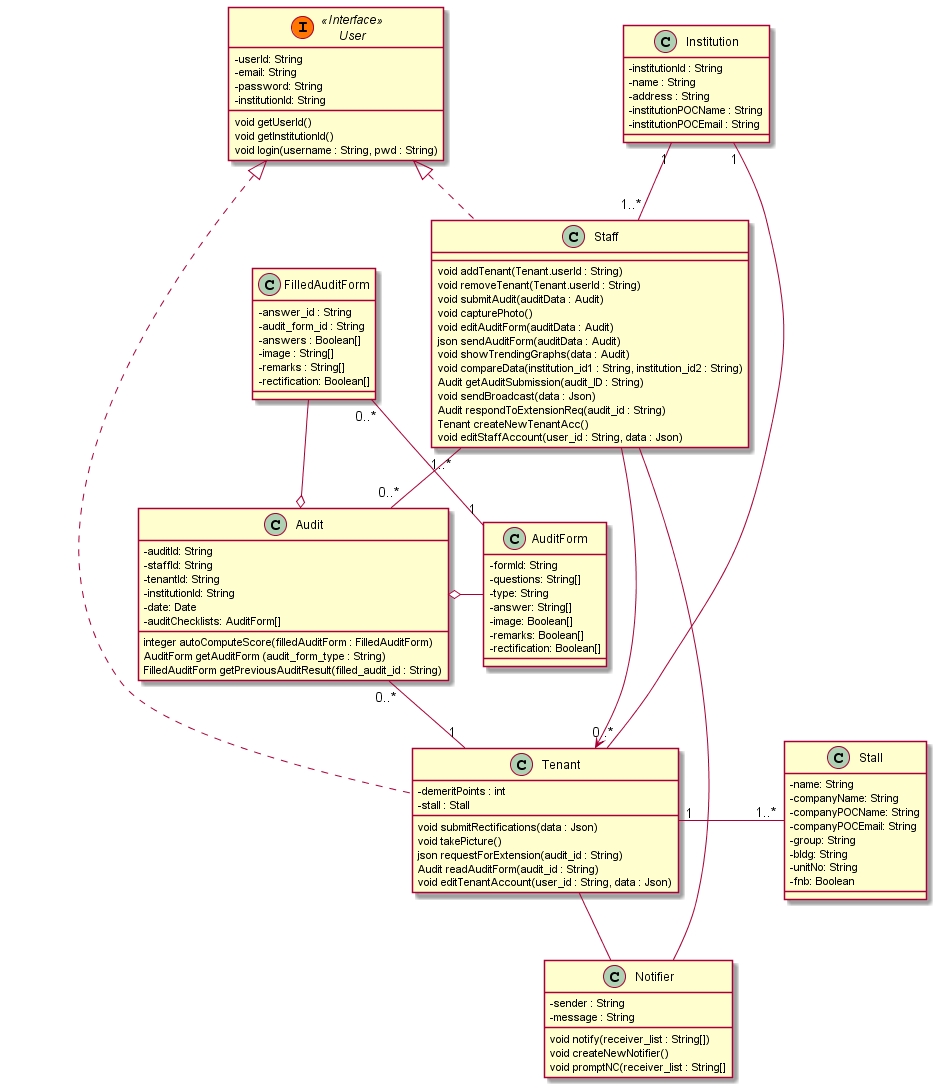
Earlier version of the PlantUML export docs/uml/Class_Diagram.png (thespacemanatee/SingHealth-App).
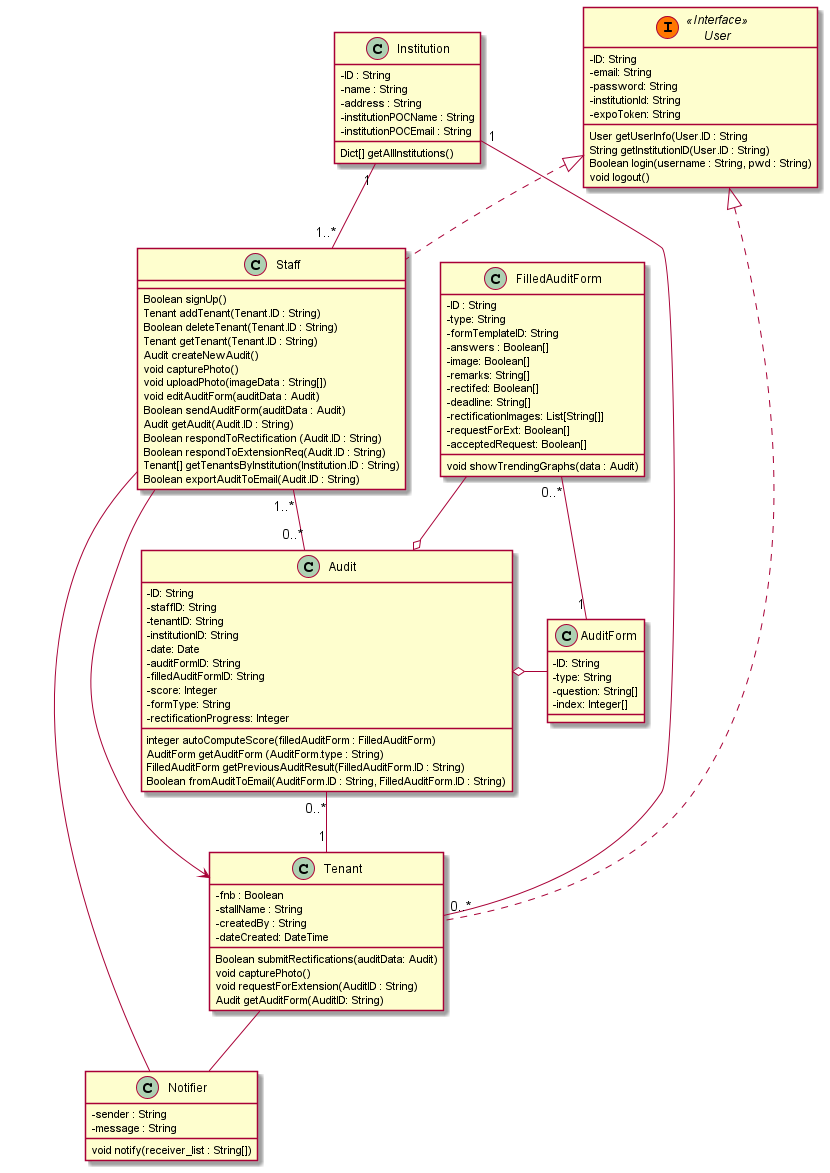
Above is the later version.

The edit, as a diff of the source:
```diff
@@ -10,7 +10,6 @@
 
 Staff -- Notifier
 Tenant -- Notifier
-Tenant "1"-right- "1..*" Stall
 
 Staff "1..*"--"0..*" Audit
 Audit o-right- AuditForm
@@ -20,100 +19,99 @@
 Staff -> Tenant
 
 class Institution {
-	-institutionId : String
+	-ID : String
 	-name : String
 	-address : String
 	-institutionPOCName : String
 	-institutionPOCEmail : String
+	Dict[] getAllInstitutions()
 }
 
 skinparam classAttributeIconSize 0
 abstract class User {
-	-userId: String
+	-ID: String
 	-email: String
 	-password: String
 	-institutionId: String
-	void getUserId()
-	void getInstitutionId()
-	void login(username : String, pwd : String)
+	-expoToken: String
+	User getUserInfo(User.ID : String
+	String getInstitutionID(User.ID : String)
+	Boolean login(username : String, pwd : String)
+	void logout()
 }
 
 class Staff {
-	void addTenant(Tenant.userId : String)
-	void removeTenant(Tenant.userId : String)
-	void submitAudit(auditData : Audit)
+	Boolean signUp()
+	Tenant addTenant(Tenant.ID : String)
+	Boolean deleteTenant(Tenant.ID : String)
+	Tenant getTenant(Tenant.ID : String)
+	Audit createNewAudit()
 	void capturePhoto()
+	void uploadPhoto(imageData : String[])
 	void editAuditForm(auditData : Audit)
-	json sendAuditForm(auditData : Audit)
-	void showTrendingGraphs(data : Audit)
-	void compareData(institution_id1 : String, institution_id2 : String)
-	Audit getAuditSubmission(audit_ID : String)
-	void sendBroadcast(data : Json)
-	Audit respondToExtensionReq(audit_id : String)
-	Tenant createNewTenantAcc()
-	void editStaffAccount(user_id : String, data : Json)
+	Boolean sendAuditForm(auditData : Audit)
+	Audit getAudit(Audit.ID : String)
+	Boolean respondToRectification (Audit.ID : String)
+	Boolean respondToExtensionReq(Audit.ID : String)
+	Tenant[] getTenantsByInstitution(Institution.ID : String)
+	Boolean exportAuditToEmail(Audit.ID : String)
 }
 
 class Notifier {
 	-sender : String
 	-message : String
 	void notify(receiver_list : String[])
-	void createNewNotifier()
-	void promptNC(receiver_list : String[]
 }
 
 class Tenant {
-	-demeritPoints : int
-	-stall : Stall
-	void submitRectifications(data : Json)
-	void takePicture()
-	json requestForExtension(audit_id : String)
-	Audit readAuditForm(audit_id : String)
-	void editTenantAccount(user_id : String, data : Json)
-}
-
-class Stall {
-	-name: String
-	-companyName: String
-	-companyPOCName: String
-	-companyPOCEmail: String
-	-group: String
-	-bldg: String
-	-unitNo: String
-	-fnb: Boolean
+	-fnb : Boolean
+	-stallName : String
+	-createdBy : String
+	-dateCreated: DateTime
+	Boolean submitRectifications(auditData: Audit)
+	void capturePhoto()
+	void requestForExtension(AuditID : String)
+	Audit getAuditForm(AuditID: String)
 }
 
 class Audit {
-	-auditId: String
-	-staffId: String
-	-tenantId: String
-	-institutionId: String
+	-ID: String
+	-staffID: String
+	-tenantID: String
+	-institutionID: String
 	-date: Date
-	-auditChecklists: AuditForm[]
+	-auditFormID: String
+	-filledAuditFormID: String
+	-score: Integer
+	-formType: String
+	-rectificationProgress: Integer
 	integer autoComputeScore(filledAuditForm : FilledAuditForm)
-	AuditForm getAuditForm (audit_form_type : String)
-	FilledAuditForm getPreviousAuditResult(filled_audit_id : String)
+	AuditForm getAuditForm (AuditForm.type : String)
+	FilledAuditForm getPreviousAuditResult(FilledAuditForm.ID : String)
+	Boolean fromAuditToEmail(AuditForm.ID : String, FilledAuditForm.ID : String)
 }
 
 class AuditForm {
-	-formId: String
-	-questions: String[]
+	-ID: String
 	-type: String
-	-answer: String[]
-	-image: Boolean[]
-	-remarks: Boolean[]
-	-rectification: Boolean[]
+	-question: String[]
+	-index: Integer[]
 }
 
 
 class FilledAuditForm{
-	-answer_id : String
-	-audit_form_id : String
+	-ID : String
+	-type: String
+	-formTemplateID: String
 	-answers : Boolean[]
-	-image : String[]
-	-remarks : String[]
-	-rectification: Boolean[]
-
+	-image: Boolean[]
+	-remarks: String[]
+	-rectifed: Boolean[]
+	-deadline: String[]
+	-rectificationImages: List[String[]]
+	-requestForExt: Boolean[]
+	-acceptedRequest: Boolean[]
+	void showTrendingGraphs(data : Audit)
 }
 
 
```
